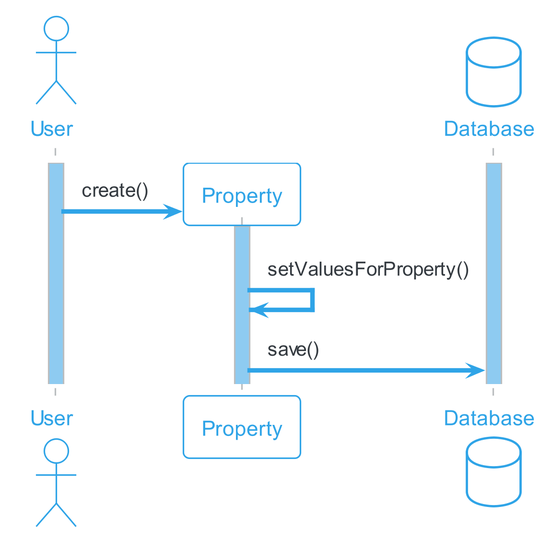
This is docs/content/diagrams/out/sequenzdiagram/liegenschaftErfassen/LiegenschaftErfassen.png from sirtheta/ImmoGlobal_Semesterarbeit, a PlantUML export, as it was before one commit. The source it was exported from:
```plantuml
@startuml LiegenschaftErfassen
!theme cerulean-outline

skinparam sequence {
LifeLineBackgroundColor #8ECBF1
ParticipantPadding 2
}
skinparam dpi 300

actor User as user
activate user
participant Property as prop
database Database as db
activate db
create prop
user -> prop : create()
activate prop
prop ->prop : setValuesForProperty()
prop ->db : save()
@enduml
```
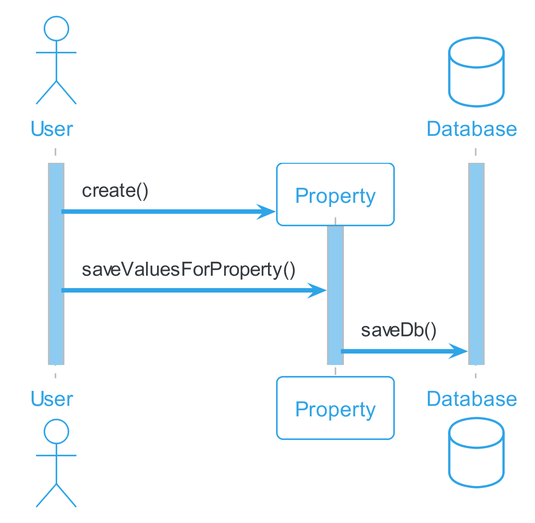
After the commit.

What changed in the source:
```diff
@@ -15,6 +15,6 @@
 create prop
 user -> prop : create()
 activate prop
-prop ->prop : setValuesForProperty()
-prop ->db : save()
+user ->prop : saveValuesForProperty()
+prop ->db : saveDb()
 @enduml
```
